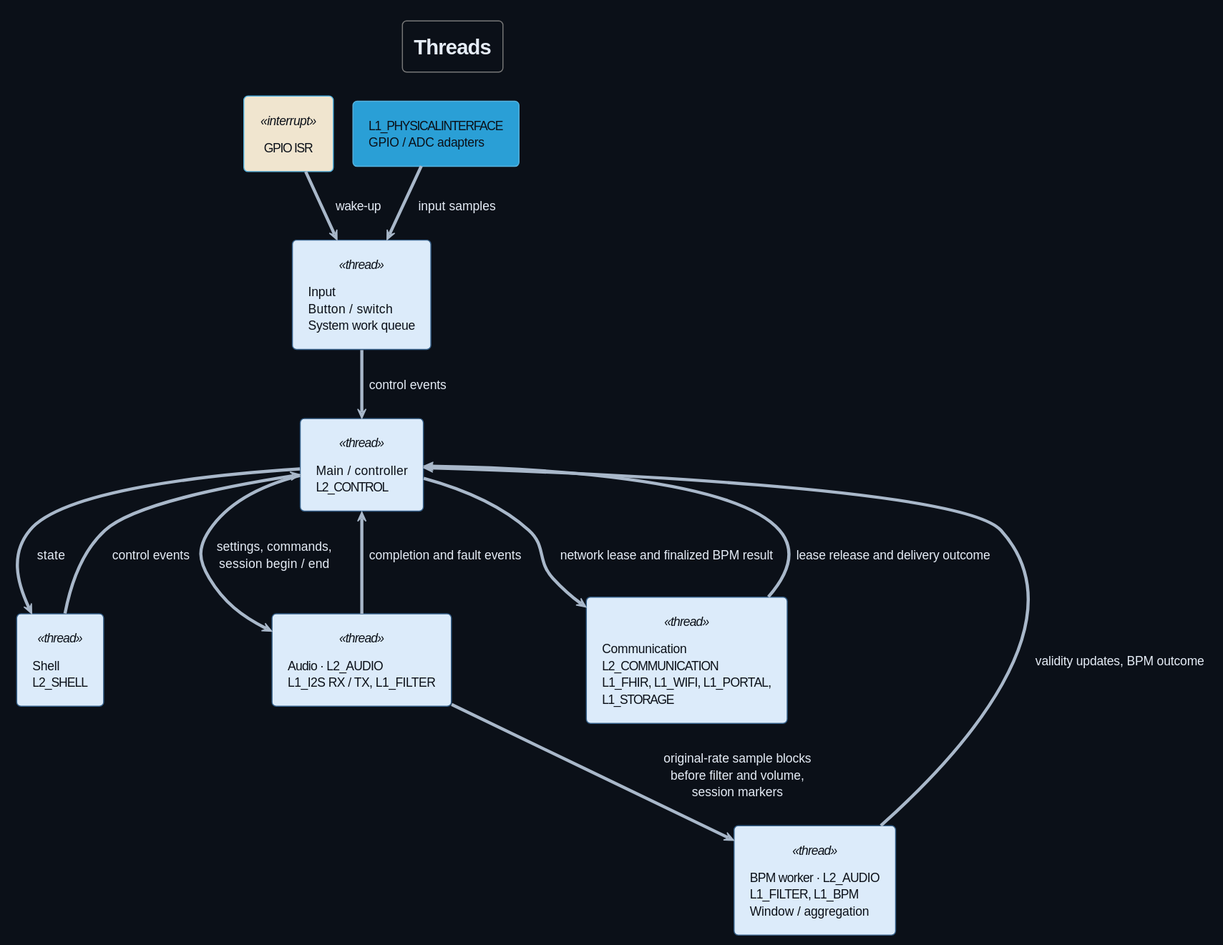
This is Development/system/architecture/system/rendered/runtime_ownership.svg from DemonicPsychoII/DigitalStethoscope, a PlantUML export, as it was before one commit.
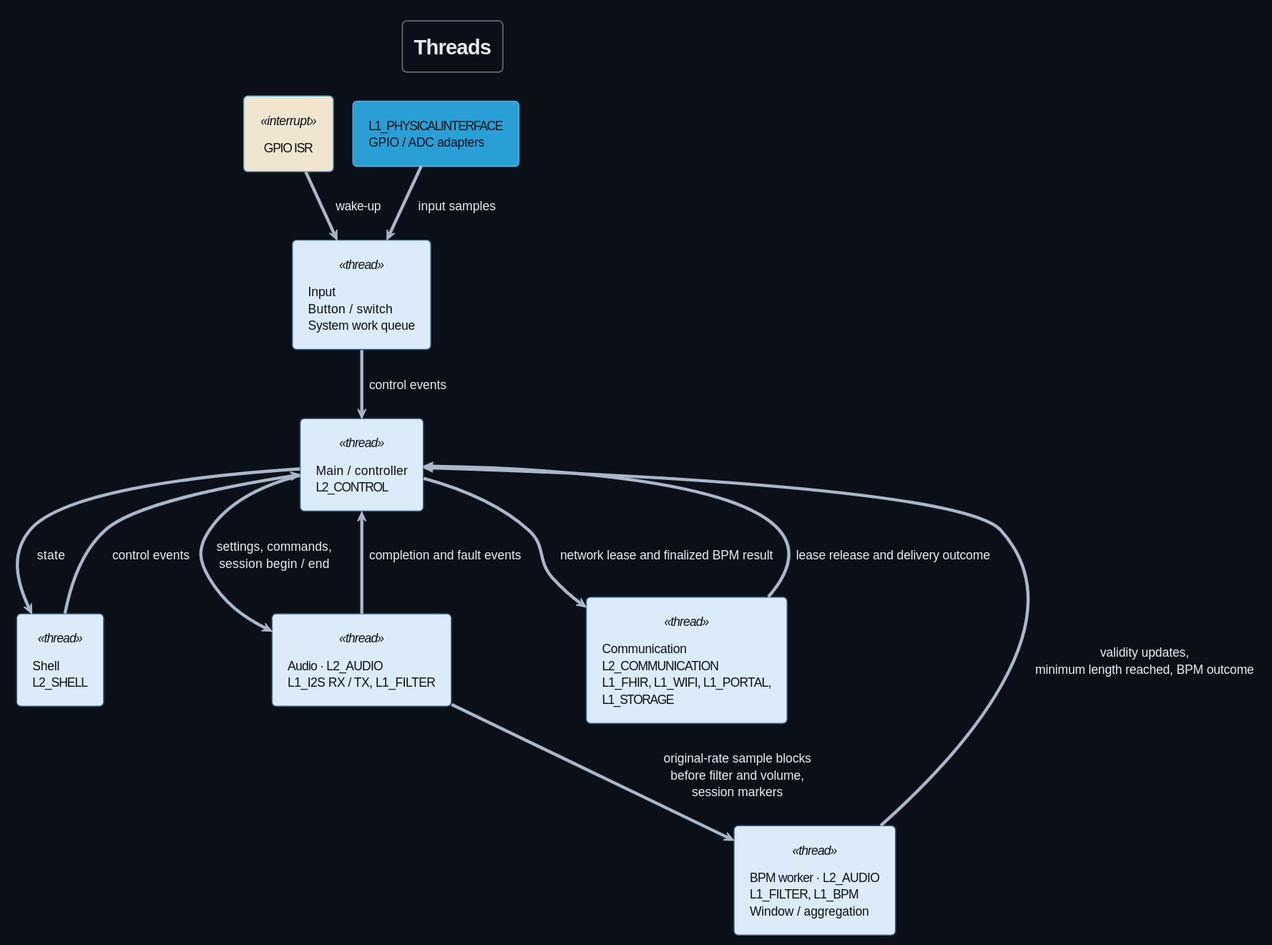
After the commit.

Commit message:
documentation: clear every BPM stage per session, end Busy on a worker stall and show the minimum length from the worker

The edit, as a diff of the source:
```diff
@@ -34,7 +34,7 @@
 ctl --> shell : state
 ctl --> audio : settings, commands,\nsession begin / end
 audio --> bpm : original-rate sample blocks\nbefore filter and volume,\nsession markers
-bpm --> ctl : validity updates, BPM outcome
+bpm --> ctl : validity updates,\nminimum length reached, BPM outcome
 audio --> ctl : completion and fault events
 ctl --> net : network lease and finalized BPM result
 net --> ctl : lease release and delivery outcome
```
